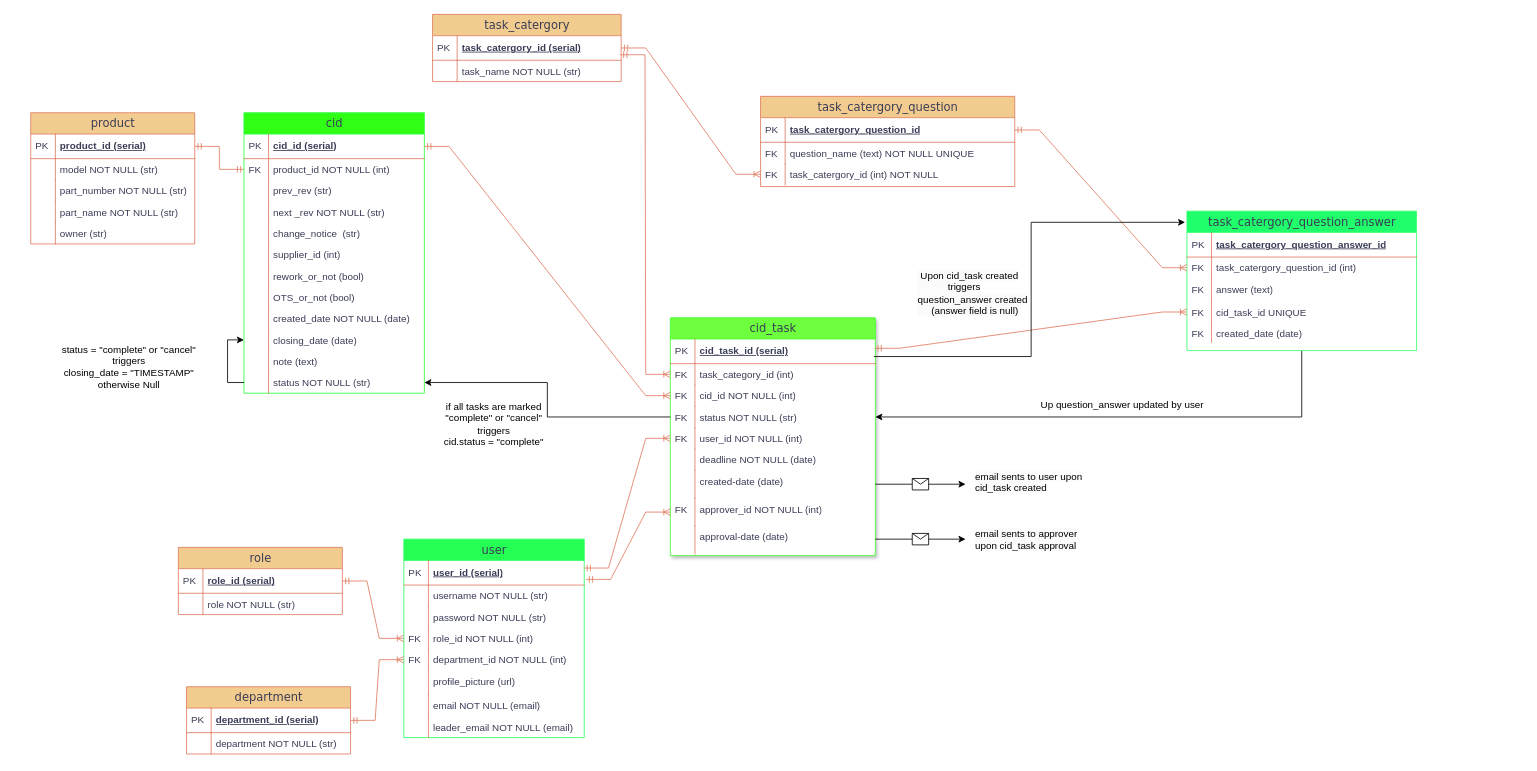
HieuBuiCong/ResumeHieuBC keeps this draw.io diagram as Untitled Diagram.drawio. Above is the earlier version. Source tidied: cells renumbered, new cells numbered last; positions are measured from the earlier drawing's top-left corner, leaving out a move shared by most shapes. Both pictures are drawn from the tidied source at 82%, with x=0, y=0 at pixel (14, -109).
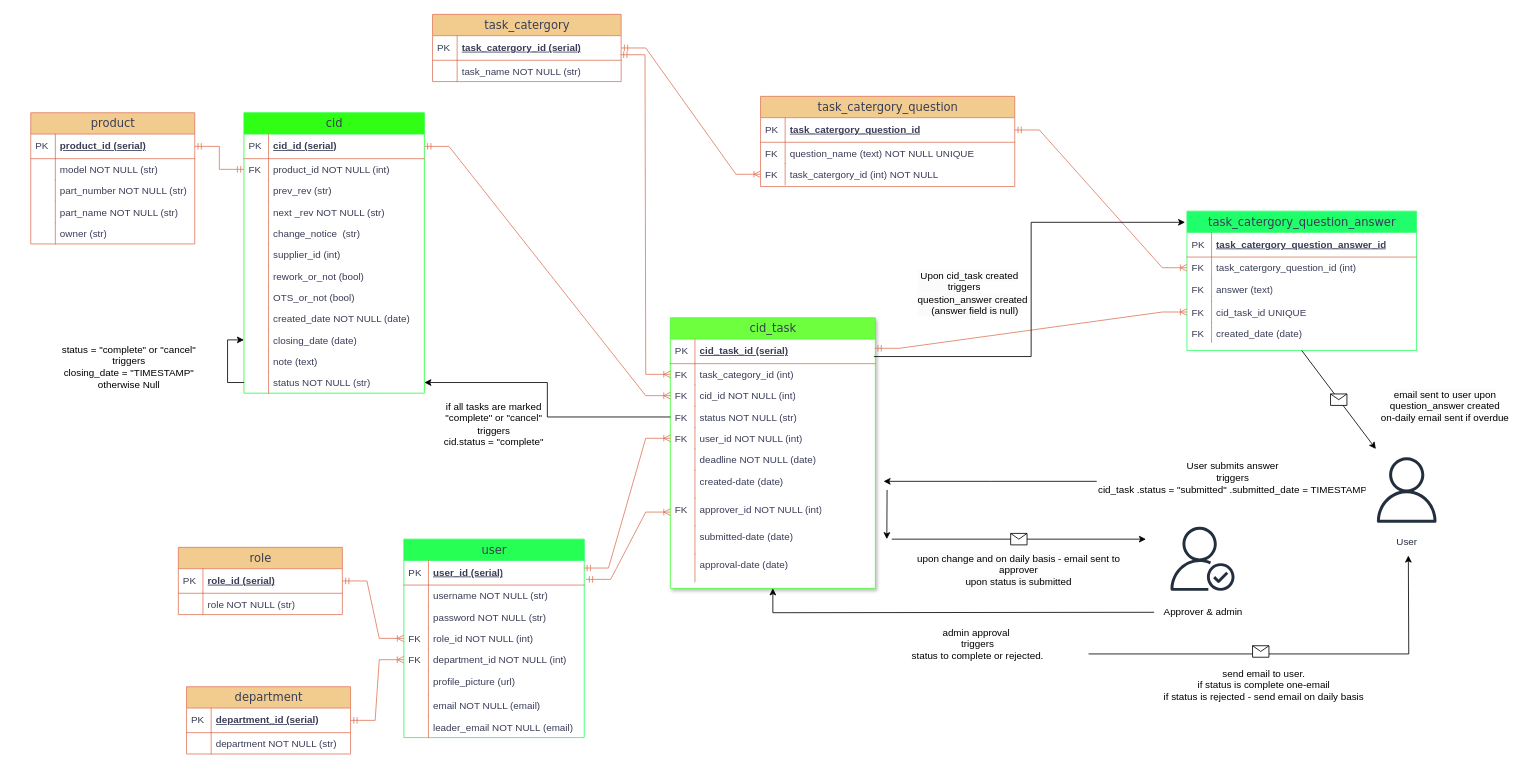
Above is the later version.

The change refers to these unchanged cells:
```xml
<mxCell id="78" value="status NOT NULL (str)" style="shape=partialRectangle;top=0;left=0;right=0;bottom=0;html=1;align=left;verticalAlign=top;fillColor=none;spacingLeft=34;spacingRight=4;whiteSpace=wrap;overflow=hidden;points=[[0,0.5],[1,0.5]];portConstraint=eastwest;labelBackgroundColor=none;strokeColor=#E07A5F;fontColor=#393C56;" parent="71" vertex="1">
  <mxGeometry y="108" width="250" height="26" as="geometry" />
</mxCell>
<mxCell id="84" value="created-date (date)" style="shape=partialRectangle;top=0;left=0;right=0;bottom=0;html=1;align=left;verticalAlign=top;fillColor=none;spacingLeft=34;spacingRight=4;whiteSpace=wrap;overflow=hidden;points=[[0,0.5],[1,0.5]];portConstraint=eastwest;labelBackgroundColor=none;strokeColor=#E07A5F;fontColor=#393C56;" parent="71" vertex="1">
  <mxGeometry y="186" width="250" height="34" as="geometry" />
</mxCell>
<mxCell id="103" value="task_catergory_question_answer" style="swimlane;html=1;fontStyle=0;horizontal=1;startSize=26;fillColor=#20FF6B;swimlaneFillColor=#ffffff;align=center;rounded=0;shadow=0;comic=0;labelBackgroundColor=none;strokeWidth=1;fontFamily=Verdana;fontSize=14;strokeColor=#36FF6A;fontColor=#393C56;" parent="1" vertex="1">
  <mxGeometry x="1430" y="390" width="280" height="170" as="geometry" />
</mxCell>
```

Change to the diagram source:
```diff
@@
     <mxCell id="71" value="cid_task" style="swimlane;html=1;fontStyle=0;horizontal=1;startSize=26;fillColor=#6EFF3E;swimlaneFillColor=#ffffff;align=center;rounded=0;shadow=1;comic=0;labelBackgroundColor=none;strokeWidth=1;fontFamily=Verdana;fontSize=14;strokeColor=#46FF34;fontColor=#393C56;" parent="1" vertex="1">
-      <mxGeometry x="800" y="520" width="250" height="290" as="geometry" />
+      <mxGeometry x="800" y="520" width="250" height="330" as="geometry" />
     </mxCell>
@@
-    <mxCell id="88" value="approval-date (date)" style="shape=partialRectangle;top=0;left=0;right=0;bottom=0;html=1;align=left;verticalAlign=top;fillColor=none;spacingLeft=34;spacingRight=4;whiteSpace=wrap;overflow=hidden;labelBackgroundColor=none;strokeColor=#E07A5F;fontColor=#393C56;" parent="71" vertex="1">
+    <mxCell id="88" value="submitted-date (date)" style="shape=partialRectangle;top=0;left=0;right=0;bottom=0;html=1;align=left;verticalAlign=top;fillColor=none;spacingLeft=34;spacingRight=4;whiteSpace=wrap;overflow=hidden;labelBackgroundColor=none;strokeColor=#E07A5F;fontColor=#393C56;" parent="71" vertex="1">
       <mxGeometry y="254" width="250" height="34" as="geometry" />
     </mxCell>
@@
+    <mxCell id="131" value="approval-date (date)" style="shape=partialRectangle;top=0;left=0;right=0;bottom=0;html=1;align=left;verticalAlign=top;fillColor=none;spacingLeft=34;spacingRight=4;whiteSpace=wrap;overflow=hidden;labelBackgroundColor=none;strokeColor=#E07A5F;fontColor=#393C56;" parent="71" vertex="1">
+      <mxGeometry y="288" width="250" height="34" as="geometry" />
+    </mxCell>
+    <mxCell id="132" style="shape=partialRectangle;top=0;left=0;bottom=0;html=1;fillColor=none;align=left;verticalAlign=top;spacingLeft=4;spacingRight=4;whiteSpace=wrap;overflow=hidden;labelBackgroundColor=none;strokeColor=#E07A5F;fontColor=#393C56;" parent="131" vertex="1">
+      <mxGeometry width="30" height="34" as="geometry" />
+    </mxCell>
@@
-    <mxCell id="102" style="edgeStyle=orthogonalEdgeStyle;rounded=0;jettySize=auto;html=1;entryX=1;entryY=0.5;entryDx=0;entryDy=0;" parent="1" edge="1" source="103" target="78">
-      <mxGeometry relative="1" as="geometry" />
-    </mxCell>
@@
-    <mxCell id="121" style="endArrow=classic;html=1;rounded=0;exitX=1;exitY=0.5;exitDx=0;exitDy=0;" parent="1" edge="1" source="84">
-      <mxGeometry relative="1" as="geometry">
-        <mxPoint x="1160" y="723" as="targetPoint" />
-      </mxGeometry>
-    </mxCell>
-    <mxCell id="122" style="shape=message;html=1;" parent="121" vertex="1">
-      <mxGeometry width="20" height="14" relative="1" as="geometry">
-        <mxPoint x="-10" y="-7" as="offset" />
-      </mxGeometry>
-    </mxCell>
-    <mxCell id="123" value="&lt;span style=&quot;color: rgb(0, 0, 0); font-family: Helvetica; font-size: 12px; font-style: normal; font-variant-ligatures: normal; font-variant-caps: normal; font-weight: 400; letter-spacing: normal; orphans: 2; text-align: center; text-indent: 0px; text-transform: none; widows: 2; word-spacing: 0px; -webkit-text-stroke-width: 0px; white-space: normal; background-color: rgb(251, 251, 251); text-decoration-thickness: initial; text-decoration-style: initial; text-decoration-color: initial; float: none; display: inline !important;&quot;&gt;email sents to user upon cid_task created&lt;/span&gt;" style="text;whiteSpace=wrap;html=1;" parent="1" vertex="1">
-      <mxGeometry x="1170" y="700" width="140" height="40" as="geometry" />
+    <mxCell id="123" value="&lt;span style=&quot;color: rgb(0, 0, 0); font-family: Helvetica; font-size: 12px; font-style: normal; font-variant-ligatures: normal; font-variant-caps: normal; font-weight: 400; letter-spacing: normal; orphans: 2; text-indent: 0px; text-transform: none; widows: 2; word-spacing: 0px; -webkit-text-stroke-width: 0px; white-space: normal; background-color: rgb(251, 251, 251); text-decoration-thickness: initial; text-decoration-style: initial; text-decoration-color: initial; float: none; display: inline !important;&quot;&gt;email sent to user upon question_answer created&lt;br&gt;on-daily email sent if overdue&lt;/span&gt;" style="text;whiteSpace=wrap;html=1;align=center;" parent="1" vertex="1">
+      <mxGeometry x="1650" y="600" width="190" height="38" as="geometry" />
     </mxCell>
-    <mxCell id="124" style="endArrow=classic;html=1;rounded=0;exitX=1;exitY=0.5;exitDx=0;exitDy=0;" parent="1" edge="1">
-      <mxGeometry relative="1" as="geometry">
-        <mxPoint x="1050" y="790" as="sourcePoint" />
-        <mxPoint x="1160" y="790" as="targetPoint" />
-      </mxGeometry>
+    <mxCell id="124" style="endArrow=classic;html=1;rounded=0;exitX=0.5;exitY=1;exitDx=0;exitDy=0;" parent="1" edge="1" source="103" target="135">
+      <mxGeometry relative="1" as="geometry" />
     </mxCell>
@@
-    <mxCell id="126" value="&lt;span style=&quot;color: rgb(0, 0, 0); font-family: Helvetica; font-size: 12px; font-style: normal; font-variant-ligatures: normal; font-variant-caps: normal; font-weight: 400; letter-spacing: normal; orphans: 2; text-align: center; text-indent: 0px; text-transform: none; widows: 2; word-spacing: 0px; -webkit-text-stroke-width: 0px; white-space: normal; background-color: rgb(251, 251, 251); text-decoration-thickness: initial; text-decoration-style: initial; text-decoration-color: initial; float: none; display: inline !important;&quot;&gt;email sents to approver upon cid_task approval&lt;/span&gt;" style="text;whiteSpace=wrap;html=1;" parent="1" vertex="1">
-      <mxGeometry x="1170" y="770" width="140" height="40" as="geometry" />
+    <mxCell id="126" value="&lt;span style=&quot;color: rgb(0, 0, 0); font-family: Helvetica; font-size: 12px; font-style: normal; font-variant-ligatures: normal; font-variant-caps: normal; font-weight: 400; letter-spacing: normal; orphans: 2; text-indent: 0px; text-transform: none; widows: 2; word-spacing: 0px; -webkit-text-stroke-width: 0px; white-space: normal; background-color: rgb(251, 251, 251); text-decoration-thickness: initial; text-decoration-style: initial; text-decoration-color: initial; float: none; display: inline !important;&quot;&gt;upon change and on daily basis - email sent to approver &lt;br&gt;upon status is submitted&lt;/span&gt;" style="text;whiteSpace=wrap;html=1;align=center;" parent="1" vertex="1">
+      <mxGeometry x="1090" y="800" width="270" height="80" as="geometry" />
     </mxCell>
@@
+    <mxCell id="133" style="edgeStyle=orthogonalEdgeStyle;rounded=0;jettySize=auto;html=1;" parent="1" edge="1" source="130">
+      <mxGeometry relative="1" as="geometry">
+        <mxPoint x="1060" y="719.5" as="targetPoint" />
+      </mxGeometry>
+    </mxCell>
-    <mxCell id="130" value="&lt;div style=&quot;text-align: center;&quot;&gt;&lt;span style=&quot;background-color: transparent; color: light-dark(rgb(0, 0, 0), rgb(255, 255, 255));&quot;&gt;Up question_answer updated by user&lt;/span&gt;&lt;/div&gt;" style="text;whiteSpace=wrap;html=1;" parent="1" vertex="1">
-      <mxGeometry x="1250" y="612" width="250" height="65" as="geometry" />
+    <mxCell id="130" value="&lt;div style=&quot;text-align: center;&quot;&gt;User submits answer&lt;br&gt;triggers&lt;br&gt;cid_task .status = &quot;submitted&quot; .submitted_date = TIMESTAMP&lt;/div&gt;" style="text;whiteSpace=wrap;html=1;" parent="1" vertex="1">
+      <mxGeometry x="1320" y="687" width="339" height="65" as="geometry" />
     </mxCell>
+    <mxCell id="134" style="sketch=0;fontColor=#232F3E;gradientColor=none;fillColor=#232F3D;strokeColor=none;dashed=0;verticalLabelPosition=bottom;verticalAlign=top;align=center;html=1;fontSize=12;fontStyle=0;shape=mxgraph.aws4.authenticated_user;" parent="1" vertex="1">
+      <mxGeometry x="1410" y="775" width="78" height="78" as="geometry" />
+    </mxCell>
+    <mxCell id="135" value="User" style="sketch=0;outlineConnect=0;fontColor=#232F3E;gradientColor=none;strokeColor=#232F3E;fillColor=#ffffff;dashed=0;verticalLabelPosition=bottom;verticalAlign=top;align=center;html=1;fontSize=12;fontStyle=0;shape=mxgraph.aws4.resourceIcon;resIcon=mxgraph.aws4.user;" parent="1" vertex="1">
+      <mxGeometry x="1648" y="680" width="100" height="100" as="geometry" />
+    </mxCell>
+    <mxCell id="136" value="&lt;div style=&quot;text-align: center;&quot;&gt;&lt;span style=&quot;background-color: transparent; color: light-dark(rgb(0, 0, 0), rgb(255, 255, 255));&quot;&gt;Approver &amp;amp; admin&lt;/span&gt;&lt;/div&gt;" style="text;whiteSpace=wrap;html=1;" parent="1" vertex="1">
+      <mxGeometry x="1400" y="865" width="140" height="40" as="geometry" />
+    </mxCell>
+    <mxCell id="137" style="endArrow=classic;html=1;rounded=0;" parent="1" edge="1">
+      <mxGeometry relative="1" as="geometry">
+        <mxPoint x="1064.3" y="730" as="sourcePoint" />
+        <mxPoint x="1064" y="790" as="targetPoint" />
+      </mxGeometry>
+    </mxCell>
+    <mxCell id="138" style="edgeStyle=orthogonalEdgeStyle;rounded=0;jettySize=auto;html=1;entryX=0.5;entryY=1;entryDx=0;entryDy=0;" parent="1" edge="1" target="71">
+      <mxGeometry relative="1" as="geometry">
+        <mxPoint x="1390" y="879.2" as="sourcePoint" />
+      </mxGeometry>
+    </mxCell>
+    <mxCell id="139" style="endArrow=classic;html=1;rounded=0;exitX=0.5;exitY=1;exitDx=0;exitDy=0;" parent="1" edge="1">
+      <mxGeometry relative="1" as="geometry">
+        <mxPoint x="1070" y="790" as="sourcePoint" />
+        <mxPoint x="1380" y="790" as="targetPoint" />
+      </mxGeometry>
+    </mxCell>
+    <mxCell id="140" style="shape=message;html=1;" parent="139" vertex="1">
+      <mxGeometry width="20" height="14" relative="1" as="geometry">
+        <mxPoint x="-10" y="-7" as="offset" />
+      </mxGeometry>
+    </mxCell>
+    <mxCell id="141" value="admin approval&amp;nbsp;&lt;br&gt;triggers&lt;br&gt;status to complete or rejected." style="text;whiteSpace=wrap;html=1;align=center;" parent="1" vertex="1">
+      <mxGeometry x="1040" y="890" width="270" height="80" as="geometry" />
+    </mxCell>
+    <mxCell id="142" style="edgeStyle=orthogonalEdgeStyle;rounded=0;jettySize=auto;html=1;" parent="1" edge="1" source="141">
+      <mxGeometry relative="1" as="geometry">
+        <mxPoint x="1700" y="810" as="targetPoint" />
+      </mxGeometry>
+    </mxCell>
+    <mxCell id="143" style="shape=message;html=1;" parent="1" vertex="1">
+      <mxGeometry x="1510" y="920" width="20" height="14" as="geometry" />
+    </mxCell>
+    <mxCell id="144" value="send email to user.&lt;br&gt;if status is complete one-email&lt;br&gt;if status is rẹjected - send email on daily basis" style="text;whiteSpace=wrap;html=1;align=center;" parent="1" vertex="1">
+      <mxGeometry x="1389" y="940" width="270" height="80" as="geometry" />
+    </mxCell>
```
